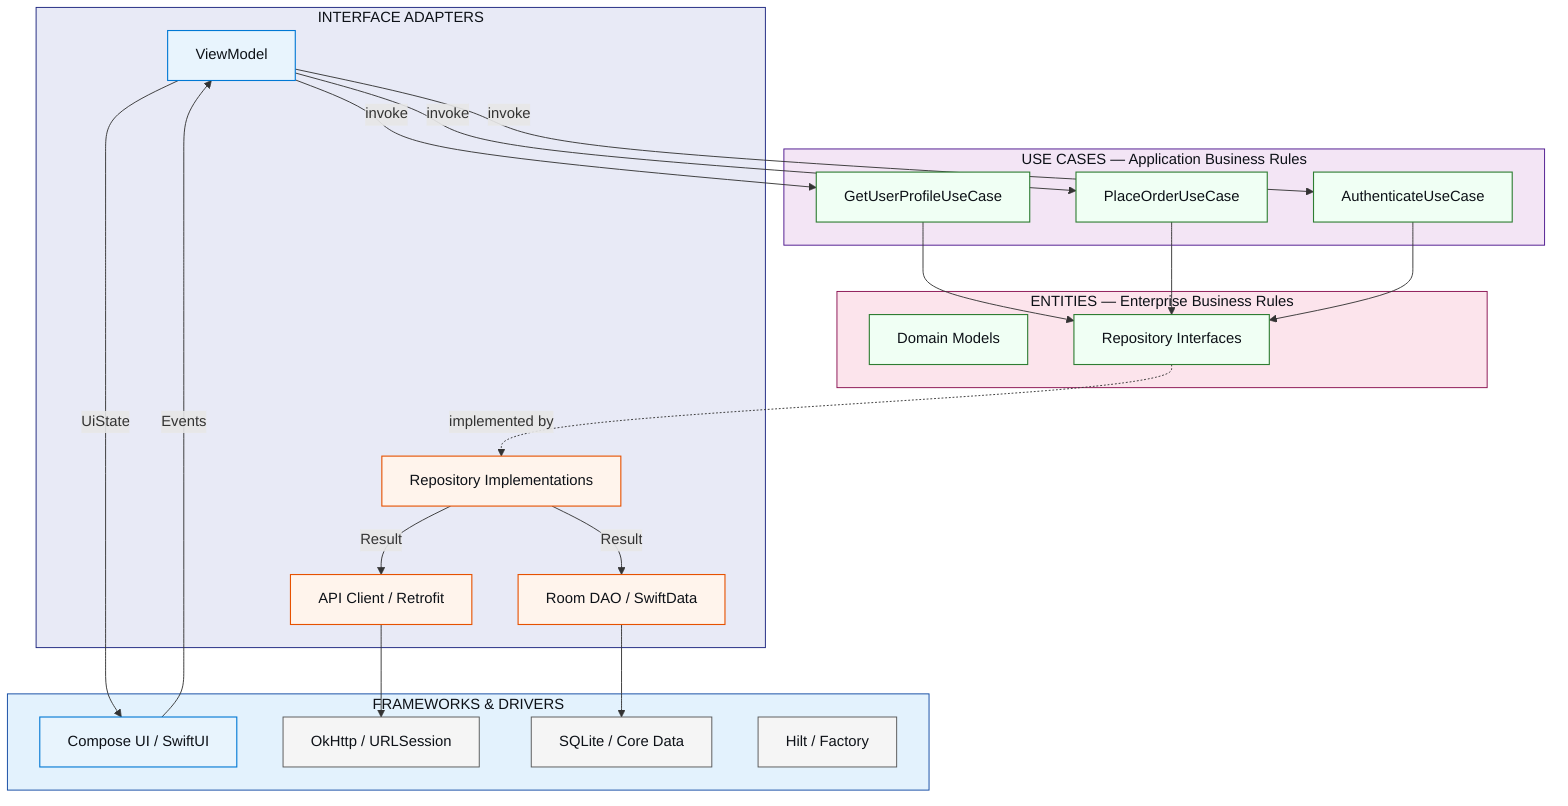
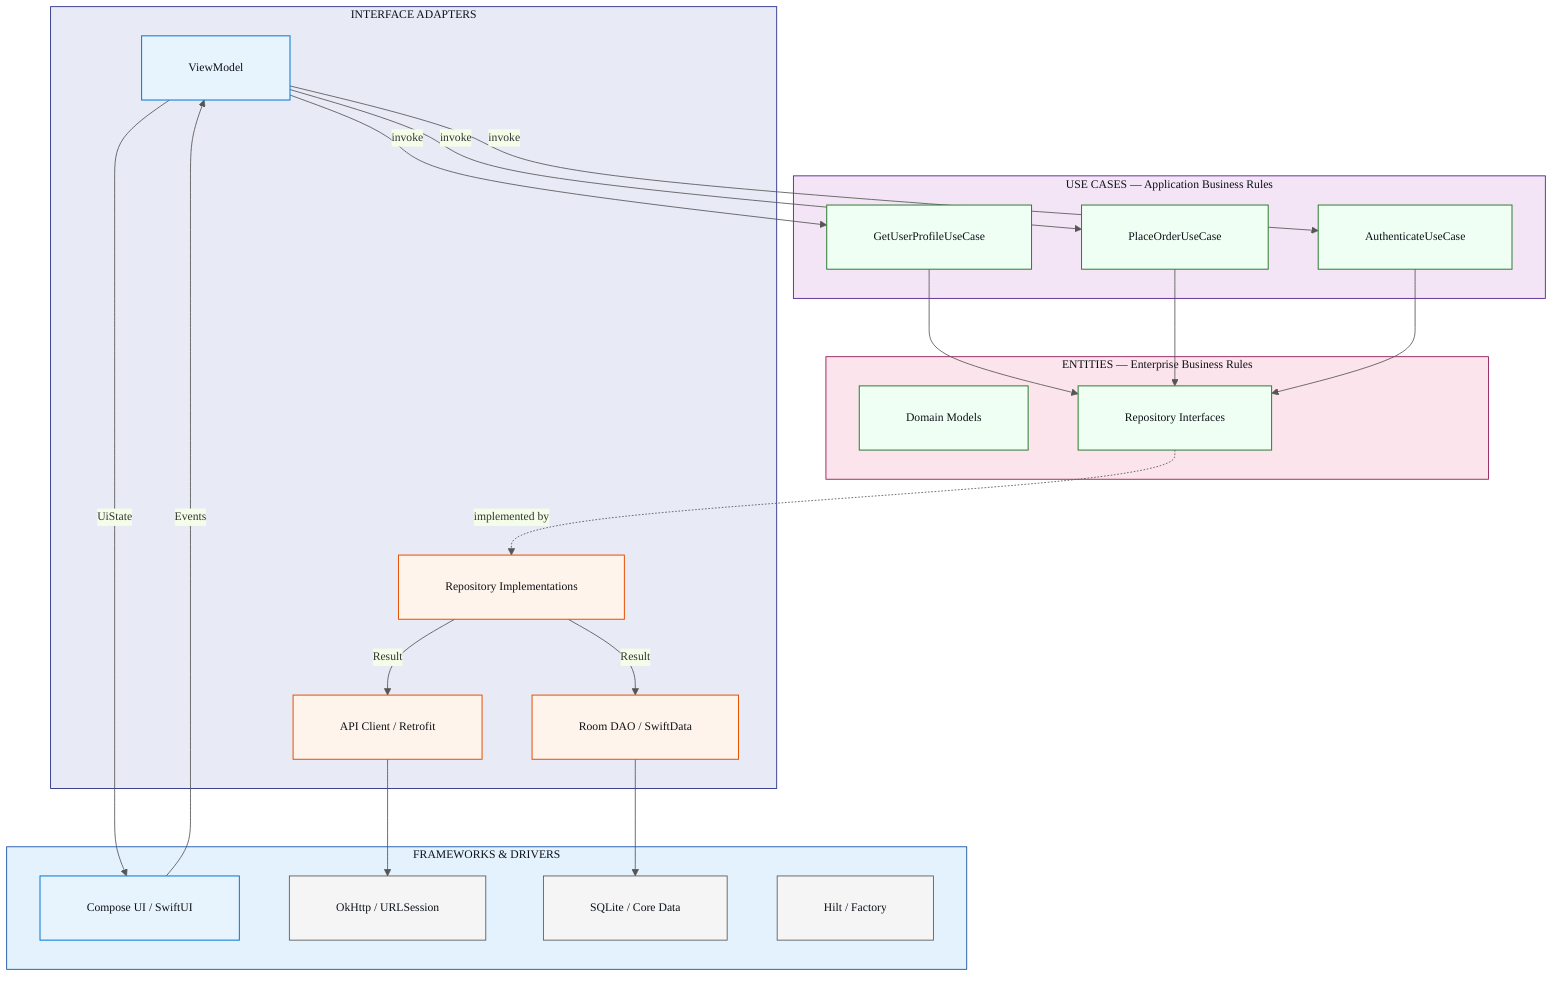
+ %%{init:{'theme':'base','themeVariables':{'fontSize':'14px','fontFamily':'IBM Plex Sans','primaryColor':'#E8F4FD','primaryBorderColor':'#0078D4','lineColor':'#555555','clusterBkg':'#F8F9FA','clusterBorder':'#CED4DA'},'flowchart':{'curve':'orthogonal','padding':28,'nodeSpacing':60,'rankSpacing':70,'useMaxWidth':true}}}%%
flowchart TD
  subgraph Entities["ENTITIES — Enterprise Business Rules"]
    DM[Domain Models]
    RI[Repository Interfaces]
  end
  subgraph UseCases["USE CASES — Application Business Rules"]
    UC1[GetUserProfileUseCase]
    UC2[PlaceOrderUseCase]
    UC3[AuthenticateUseCase]
  end
  subgraph Adapters["INTERFACE ADAPTERS"]
    VM[ViewModel]
    RIMPL[Repository Implementations]
    API[API Client / Retrofit]
    DAO[Room DAO / SwiftData]
  end
  subgraph Frameworks["FRAMEWORKS & DRIVERS"]
    UI[Compose UI / SwiftUI]
    NET[OkHttp / URLSession]
    DB[SQLite / Core Data]
    DI[Hilt / Factory]
  end

  UI -- "Events" --> VM
  VM -- "UiState" --> UI
  VM -- "invoke" --> UC1
  VM -- "invoke" --> UC2
  VM -- "invoke" --> UC3
  UC1 --> RI
  UC2 --> RI
  UC3 --> RI
  RI -. "implemented by" .-> RIMPL
  RIMPL -- "Result" --> API
  RIMPL -- "Result" --> DAO
  API --> NET
  DAO --> DB

  classDef ui fill:#E8F4FD,stroke:#0078D4,color:#0D1117,stroke-width:1.2px
  classDef domain fill:#F0FFF4,stroke:#2E7D32,color:#0D1117,stroke-width:1.2px
  classDef data fill:#FFF4EC,stroke:#E65100,color:#0D1117,stroke-width:1.2px
  classDef fw fill:#F5F5F5,stroke:#555,color:#0D1117,stroke-width:1px
  class UI,VM ui
  class DM,RI,UC1,UC2,UC3 domain
  class RIMPL,API,DAO data
  class NET,DB,DI fw

  style Entities fill:#FCE4EC,stroke:#880E4F,color:#0D1117
  style UseCases fill:#F3E5F5,stroke:#4A148C,color:#0D1117
  style Adapters fill:#E8EAF6,stroke:#1A237E,color:#0D1117
  style Frameworks fill:#E3F2FD,stroke:#0D47A1,color:#0D1117
